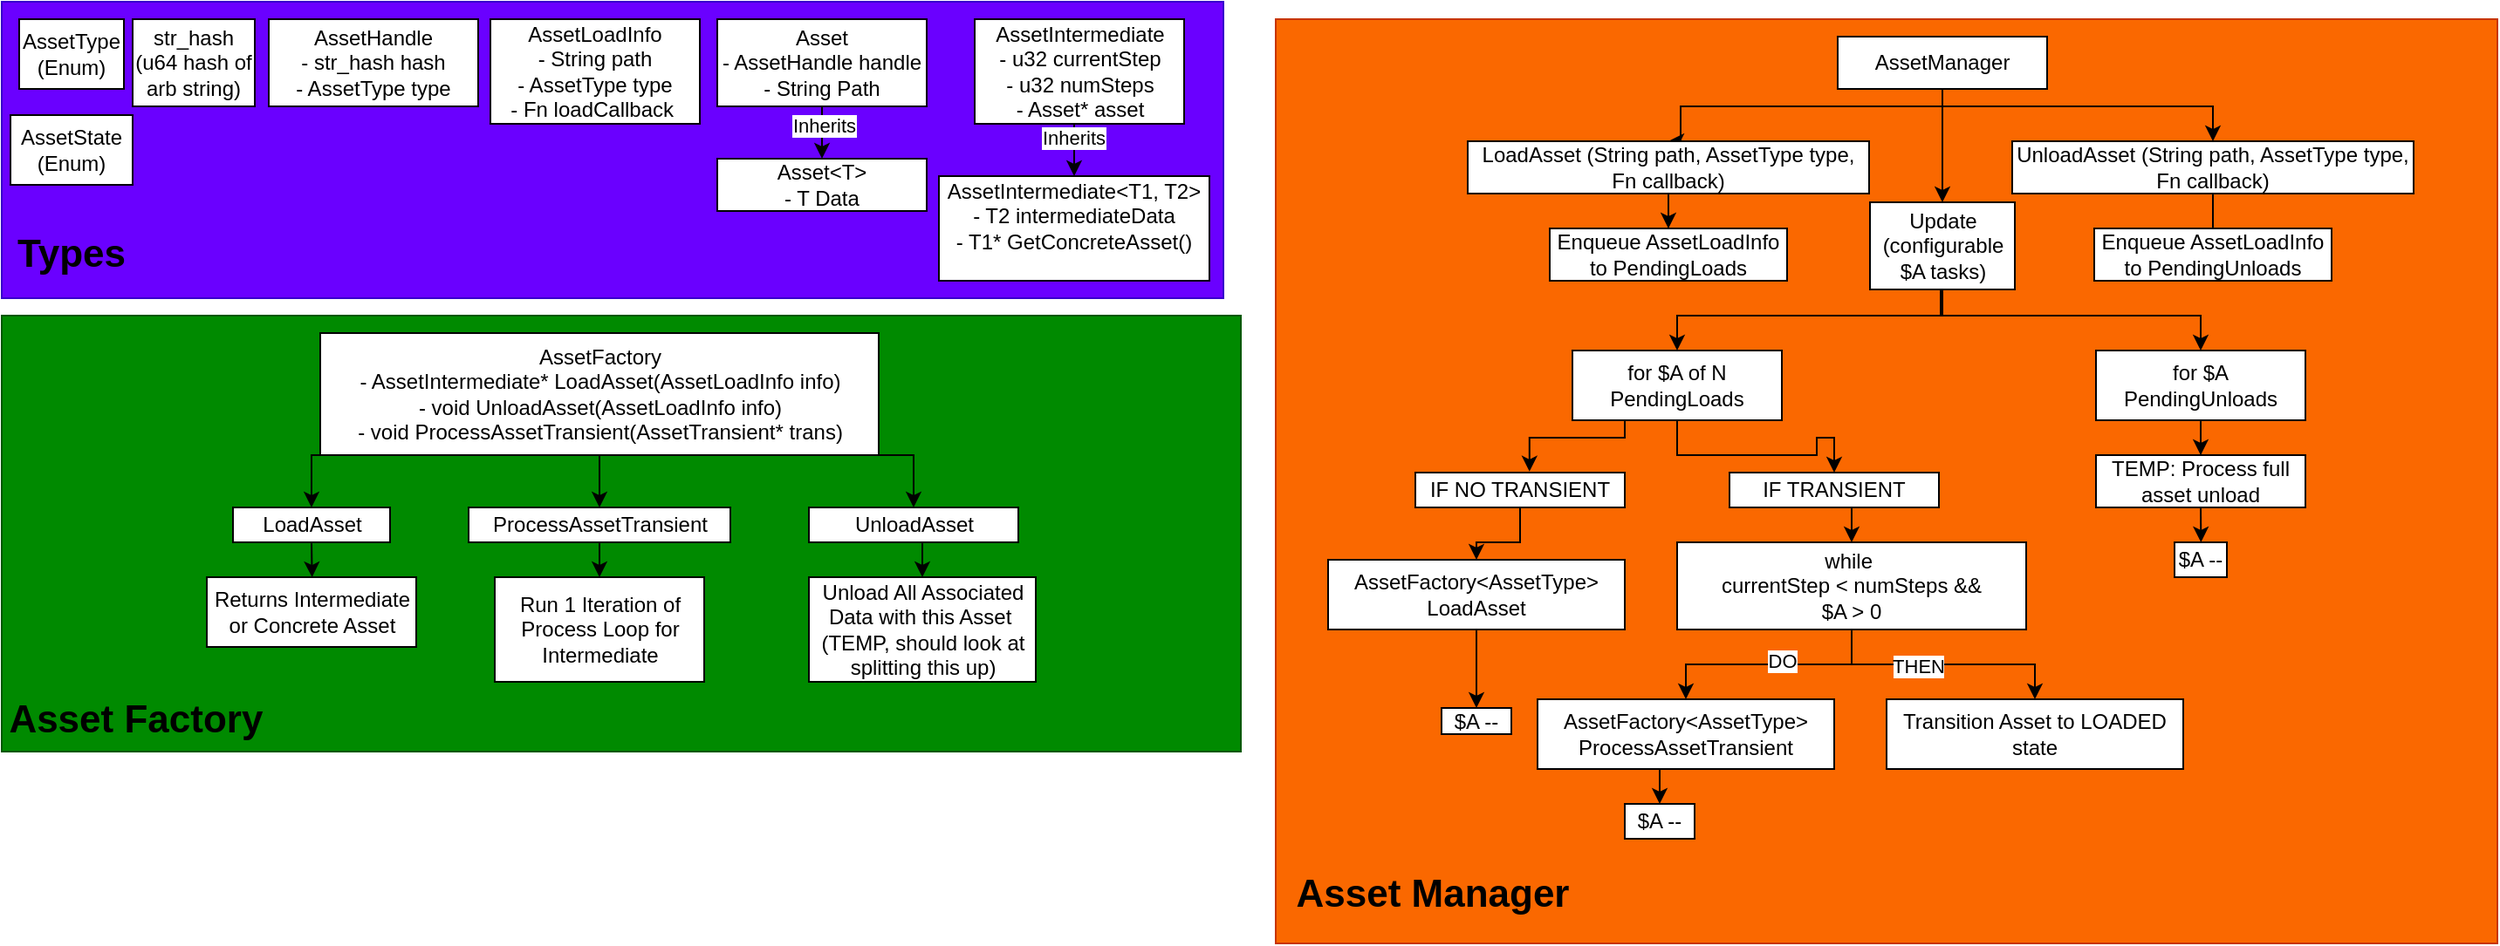
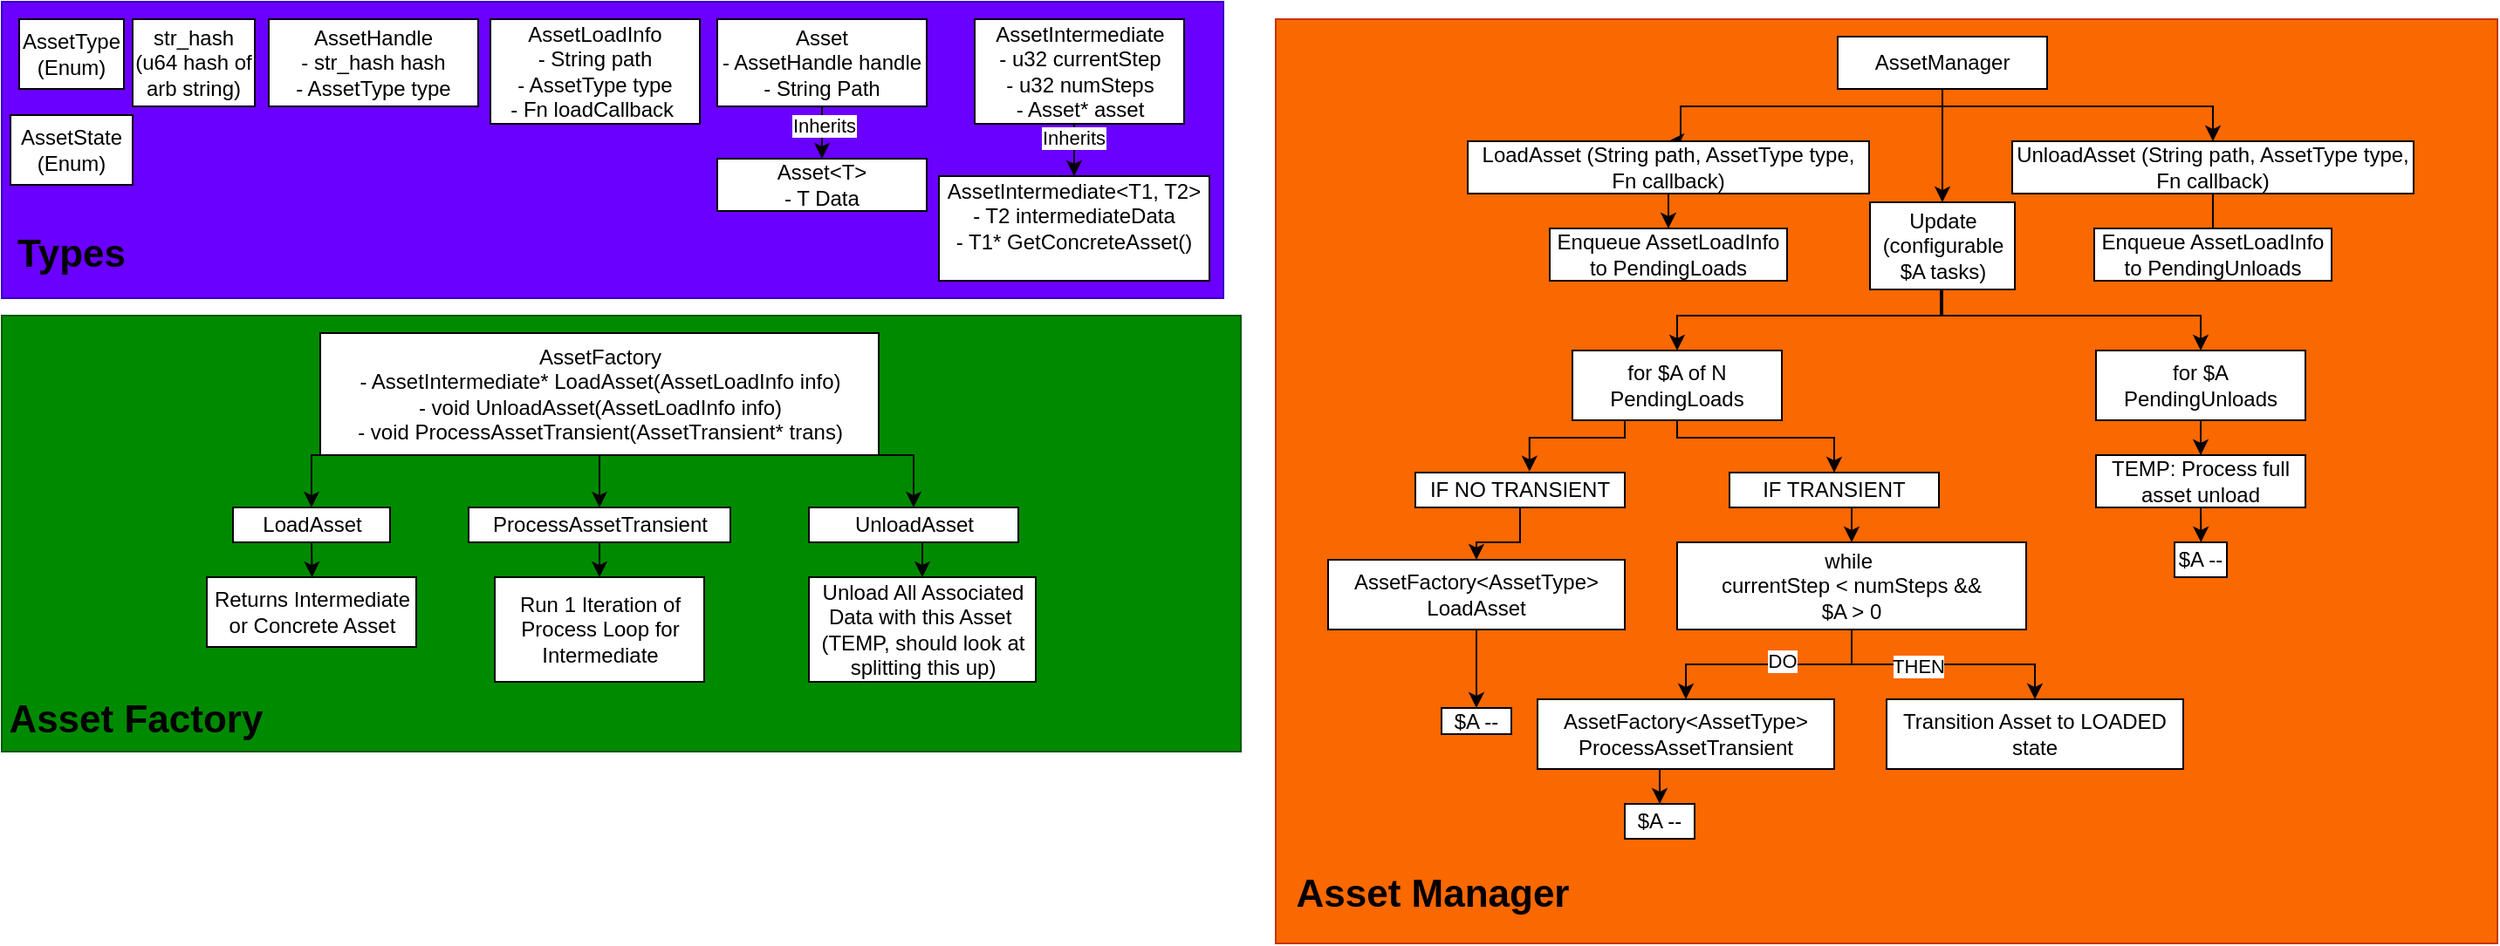
<mxfile host="Electron">
  <diagram name="Page-1" id="FnFWZbE7ZlbQKTp7YN0P">
-     <mxGraphModel dx="2020" dy="1201" grid="1" gridSize="10" guides="1" tooltips="1" connect="1" arrows="1" fold="1" page="1" pageScale="1" pageWidth="1654" pageHeight="2336" math="0" shadow="0">
+     <mxGraphModel dx="515" dy="800" grid="1" gridSize="10" guides="1" tooltips="1" connect="1" arrows="1" fold="1" page="1" pageScale="1" pageWidth="1654" pageHeight="2336" math="0" shadow="0">
      <root>
        <mxCell id="0" />
        <mxCell id="1" parent="0" />
        <mxCell id="wtl3C56WJfreoB9_a5E1-65" parent="1" style="rounded=0;whiteSpace=wrap;html=1;fillColor=#008a00;fontColor=#ffffff;strokeColor=#005700;" value="&lt;mxGraphModel&gt;&lt;root&gt;&lt;mxCell id=&quot;0&quot;/&gt;&lt;mxCell id=&quot;1&quot; parent=&quot;0&quot;/&gt;&lt;mxCell id=&quot;2&quot; parent=&quot;1&quot; style=&quot;rounded=0;whiteSpace=wrap;html=1;fillColor=#008a00;fontColor=#ffffff;strokeColor=#005700;&quot; value=&quot;&amp;lt;span style=&amp;quot;color: rgba(0, 0, 0, 0); font-family: monospace; font-size: 0px; text-align: start; white-space: nowrap;&amp;quot;&amp;gt;%3CmxGraphModel%3E%3Croot%3E%3CmxCell%20id%3D%220%22%2F%3E%3CmxCell%20id%3D%221%22%20parent%3D%220%22%2F%3E%3CmxCell%20id%3D%222%22%20connectable%3D%220%22%20parent%3D%221%22%20style%3D%22group%22%20value%3D%22%22%20vertex%3D%221%22%3E%3CmxGeometry%20height%3D%22254.12%22%20width%3D%22710%22%20x%3D%2210%22%20y%3D%22190%22%20as%3D%22geometry%22%2F%3E%3C%2FmxCell%3E%3CmxCell%20id%3D%223%22%20parent%3D%222%22%20style%3D%22text%3Bhtml%3D1%3BwhiteSpace%3Dwrap%3BstrokeColor%3Dnone%3BfillColor%3Dnone%3Balign%3Dcenter%3BverticalAlign%3Dmiddle%3Brounded%3D0%3B%22%20value%3D%22%26lt%3Bh2%26gt%3B%26lt%3Bfont%20style%3D%26quot%3Bfont-size%3A%2022px%3B%26quot%3B%26gt%3BAsset%20Factory%26amp%3Bnbsp%3B%26lt%3B%2Ffont%26gt%3B%26lt%3B%2Fh2%26gt%3B%22%20vertex%3D%221%22%3E%3CmxGeometry%20height%3D%2244.12%22%20width%3D%22159.86%22%20y%3D%22210%22%20as%3D%22geometry%22%2F%3E%3C%2FmxCell%3E%3C%2Froot%3E%3C%2FmxGraphModel%3E" vertex="1">
          <mxGeometry height="250.00000000000003" width="710" x="10" y="190" as="geometry" />
        </mxCell>
        <mxCell id="wtl3C56WJfreoB9_a5E1-63" connectable="0" parent="1" style="group" value="" vertex="1">
          <mxGeometry height="170" width="700" x="10" y="10" as="geometry" />
        </mxCell>
        <mxCell id="wtl3C56WJfreoB9_a5E1-58" parent="wtl3C56WJfreoB9_a5E1-63" style="rounded=0;whiteSpace=wrap;html=1;fillColor=#6a00ff;fontColor=#ffffff;strokeColor=#3700CC;" value="" vertex="1">
          <mxGeometry height="170" width="700" as="geometry" />
        </mxCell>
        <mxCell id="wtl3C56WJfreoB9_a5E1-59" parent="wtl3C56WJfreoB9_a5E1-63" style="text;html=1;whiteSpace=wrap;strokeColor=none;fillColor=none;align=center;verticalAlign=middle;rounded=0;" value="&lt;h2&gt;&lt;font style=&quot;font-size: 22px;&quot;&gt;Types&lt;/font&gt;&lt;/h2&gt;" vertex="1">
          <mxGeometry height="30" width="60" x="10" y="130" as="geometry" />
        </mxCell>
        <mxCell id="wtl3C56WJfreoB9_a5E1-80" parent="wtl3C56WJfreoB9_a5E1-63" style="rounded=0;whiteSpace=wrap;html=1;" value="AssetState&lt;br&gt;(Enum)" vertex="1">
          <mxGeometry height="40" width="70" x="5" y="65" as="geometry" />
        </mxCell>
        <mxCell id="wtl3C56WJfreoB9_a5E1-60" parent="wtl3C56WJfreoB9_a5E1-63" style="rounded=0;whiteSpace=wrap;html=1;" value="AssetType&lt;br&gt;(Enum)" vertex="1">
          <mxGeometry height="40" width="60" x="10" y="10" as="geometry" />
        </mxCell>
        <mxCell id="CbtUNqUuHTxz3UPBp3nv-5" parent="1" style="rounded=0;whiteSpace=wrap;html=1;" value="AssetHandle&lt;div&gt;- str_hash hash&lt;/div&gt;&lt;div&gt;- AssetType type&lt;/div&gt;" vertex="1">
          <mxGeometry height="50" width="120" x="163" y="20" as="geometry" />
        </mxCell>
        <mxCell id="CbtUNqUuHTxz3UPBp3nv-13" parent="1" style="rounded=0;whiteSpace=wrap;html=1;" value="AssetLoadInfo&lt;div&gt;- String path&lt;/div&gt;&lt;div&gt;- AssetType type&lt;/div&gt;&lt;div&gt;- Fn loadCallback&amp;nbsp;&lt;/div&gt;" vertex="1">
          <mxGeometry height="60" width="120" x="290" y="20" as="geometry" />
        </mxCell>
        <mxCell id="wtl3C56WJfreoB9_a5E1-54" connectable="0" parent="1" style="group" value="" vertex="1">
          <mxGeometry height="140" width="155" x="440" y="20" as="geometry" />
        </mxCell>
        <mxCell id="CbtUNqUuHTxz3UPBp3nv-32" edge="1" parent="wtl3C56WJfreoB9_a5E1-54" source="CbtUNqUuHTxz3UPBp3nv-29" style="edgeStyle=orthogonalEdgeStyle;rounded=0;orthogonalLoop=1;jettySize=auto;html=1;exitX=0.5;exitY=1;exitDx=0;exitDy=0;entryX=0.5;entryY=0;entryDx=0;entryDy=0;" target="CbtUNqUuHTxz3UPBp3nv-31">
          <mxGeometry relative="1" as="geometry" />
        </mxCell>
        <mxCell id="wtl3C56WJfreoB9_a5E1-56" connectable="0" parent="CbtUNqUuHTxz3UPBp3nv-32" style="edgeLabel;html=1;align=center;verticalAlign=middle;resizable=0;points=[];" value="Inherits" vertex="1">
          <mxGeometry relative="1" x="-0.3563" y="-1" as="geometry">
            <mxPoint as="offset" />
          </mxGeometry>
        </mxCell>
        <mxCell id="CbtUNqUuHTxz3UPBp3nv-29" parent="wtl3C56WJfreoB9_a5E1-54" style="rounded=0;whiteSpace=wrap;html=1;" value="AssetIntermediate&lt;div&gt;- u32 currentStep&lt;/div&gt;&lt;div&gt;- u32 numSteps&lt;/div&gt;&lt;div&gt;- Asset* asset&lt;/div&gt;" vertex="1">
          <mxGeometry height="60" width="120" x="127.5" as="geometry" />
        </mxCell>
        <mxCell id="CbtUNqUuHTxz3UPBp3nv-31" parent="wtl3C56WJfreoB9_a5E1-54" style="rounded=0;whiteSpace=wrap;html=1;" value="AssetIntermediate&amp;lt;T1, T2&amp;gt;&lt;div&gt;- T2 intermediateData&lt;/div&gt;&lt;div&gt;- T1* GetConcreteAsset()&lt;/div&gt;&lt;div&gt;&lt;br&gt;&lt;/div&gt;" vertex="1">
          <mxGeometry height="60" width="155" x="107" y="90" as="geometry" />
        </mxCell>
        <mxCell id="CbtUNqUuHTxz3UPBp3nv-30" edge="1" parent="wtl3C56WJfreoB9_a5E1-54" source="CbtUNqUuHTxz3UPBp3nv-29" style="edgeStyle=orthogonalEdgeStyle;rounded=0;orthogonalLoop=1;jettySize=auto;html=1;innerLoopWaypoints=1;exitX=0.5;exitY=1;exitDx=0;exitDy=0;" target="CbtUNqUuHTxz3UPBp3nv-29">
          <mxGeometry relative="1" as="geometry" />
        </mxCell>
        <mxCell id="wtl3C56WJfreoB9_a5E1-55" connectable="0" parent="1" style="group" value="" vertex="1">
          <mxGeometry height="110" width="120" x="330" y="20" as="geometry" />
        </mxCell>
        <mxCell id="CbtUNqUuHTxz3UPBp3nv-24" edge="1" parent="wtl3C56WJfreoB9_a5E1-55" source="CbtUNqUuHTxz3UPBp3nv-21" style="edgeStyle=orthogonalEdgeStyle;rounded=0;orthogonalLoop=1;jettySize=auto;html=1;exitX=0.5;exitY=1;exitDx=0;exitDy=0;entryX=0.5;entryY=0;entryDx=0;entryDy=0;" target="CbtUNqUuHTxz3UPBp3nv-22">
          <mxGeometry relative="1" as="geometry" />
        </mxCell>
        <mxCell id="CbtUNqUuHTxz3UPBp3nv-25" connectable="0" parent="CbtUNqUuHTxz3UPBp3nv-24" style="edgeLabel;html=1;align=center;verticalAlign=middle;resizable=0;points=[];" value="Inherits" vertex="1">
          <mxGeometry relative="1" x="-0.2619" y="1" as="geometry">
            <mxPoint as="offset" />
          </mxGeometry>
        </mxCell>
        <mxCell id="CbtUNqUuHTxz3UPBp3nv-21" parent="wtl3C56WJfreoB9_a5E1-55" style="rounded=0;whiteSpace=wrap;html=1;" value="Asset&lt;div&gt;- AssetHandle handle&lt;/div&gt;&lt;div&gt;- String Path&lt;/div&gt;" vertex="1">
          <mxGeometry height="50" width="120" x="90" as="geometry" />
        </mxCell>
        <mxCell id="CbtUNqUuHTxz3UPBp3nv-22" parent="wtl3C56WJfreoB9_a5E1-55" style="rounded=0;whiteSpace=wrap;html=1;" value="Asset&amp;lt;T&amp;gt;&lt;div&gt;- T Data&lt;/div&gt;" vertex="1">
          <mxGeometry height="30" width="120" x="90" y="80" as="geometry" />
        </mxCell>
        <mxCell id="CbtUNqUuHTxz3UPBp3nv-23" edge="1" parent="wtl3C56WJfreoB9_a5E1-55" source="CbtUNqUuHTxz3UPBp3nv-22" style="edgeStyle=orthogonalEdgeStyle;rounded=0;orthogonalLoop=1;jettySize=auto;html=1;innerLoopWaypoints=1;exitX=0.5;exitY=1;exitDx=0;exitDy=0;" target="CbtUNqUuHTxz3UPBp3nv-22">
          <mxGeometry relative="1" as="geometry" />
        </mxCell>
        <mxCell id="wtl3C56WJfreoB9_a5E1-61" parent="1" style="rounded=0;whiteSpace=wrap;html=1;" value="str_hash&lt;div&gt;(u64 hash of arb string)&lt;/div&gt;" vertex="1">
          <mxGeometry height="50" width="70" x="85" y="20" as="geometry" />
        </mxCell>
        <mxCell id="wtl3C56WJfreoB9_a5E1-68" connectable="0" parent="1" style="group" value="" vertex="1">
          <mxGeometry height="200" width="475" x="127.5" y="200" as="geometry" />
        </mxCell>
        <mxCell id="wtl3C56WJfreoB9_a5E1-10" connectable="0" parent="wtl3C56WJfreoB9_a5E1-68" style="group" value="" vertex="1">
          <mxGeometry height="80" width="120" y="100" as="geometry" />
        </mxCell>
        <mxCell id="wtl3C56WJfreoB9_a5E1-6" edge="1" parent="wtl3C56WJfreoB9_a5E1-10" source="wtl3C56WJfreoB9_a5E1-2" style="edgeStyle=orthogonalEdgeStyle;rounded=0;orthogonalLoop=1;jettySize=auto;html=1;exitX=0.5;exitY=1;exitDx=0;exitDy=0;">
          <mxGeometry relative="1" as="geometry">
            <mxPoint x="60.333333333333485" y="40" as="targetPoint" />
          </mxGeometry>
        </mxCell>
        <mxCell id="wtl3C56WJfreoB9_a5E1-2" parent="wtl3C56WJfreoB9_a5E1-10" style="rounded=0;whiteSpace=wrap;html=1;" value="LoadAsset" vertex="1">
          <mxGeometry height="20" width="90" x="15" as="geometry" />
        </mxCell>
        <mxCell id="wtl3C56WJfreoB9_a5E1-7" parent="wtl3C56WJfreoB9_a5E1-10" style="rounded=0;whiteSpace=wrap;html=1;" value="Returns Intermediate or Concrete Asset" vertex="1">
          <mxGeometry height="40" width="120" y="40" as="geometry" />
        </mxCell>
        <mxCell id="wtl3C56WJfreoB9_a5E1-69" edge="1" parent="wtl3C56WJfreoB9_a5E1-68" source="CbtUNqUuHTxz3UPBp3nv-33" style="edgeStyle=orthogonalEdgeStyle;rounded=0;orthogonalLoop=1;jettySize=auto;html=1;exitX=0.5;exitY=1;exitDx=0;exitDy=0;" target="wtl3C56WJfreoB9_a5E1-12">
          <mxGeometry relative="1" as="geometry" />
        </mxCell>
        <mxCell id="CbtUNqUuHTxz3UPBp3nv-33" parent="wtl3C56WJfreoB9_a5E1-68" style="whiteSpace=wrap;html=1;" value="AssetFactory&lt;div&gt;- AssetIntermediate* LoadAsset(AssetLoadInfo info)&lt;/div&gt;&lt;div&gt;- void UnloadAsset(AssetLoadInfo info)&lt;/div&gt;&lt;div&gt;- void ProcessAssetTransient(AssetTransient* trans)&lt;/div&gt;" vertex="1">
          <mxGeometry height="70" width="320" x="65" as="geometry" />
        </mxCell>
        <mxCell id="wtl3C56WJfreoB9_a5E1-15" connectable="0" parent="wtl3C56WJfreoB9_a5E1-68" style="group" value="" vertex="1">
          <mxGeometry height="100" width="150" x="150" y="100" as="geometry" />
        </mxCell>
        <mxCell id="wtl3C56WJfreoB9_a5E1-12" parent="wtl3C56WJfreoB9_a5E1-15" style="whiteSpace=wrap;html=1;" value="ProcessAssetTransient" vertex="1">
          <mxGeometry height="20" width="150" as="geometry" />
        </mxCell>
        <mxCell id="wtl3C56WJfreoB9_a5E1-13" parent="wtl3C56WJfreoB9_a5E1-15" style="whiteSpace=wrap;html=1;" value="Run 1 Iteration of Process Loop for Intermediate" vertex="1">
          <mxGeometry height="60" width="120" x="15" y="40" as="geometry" />
        </mxCell>
        <mxCell id="wtl3C56WJfreoB9_a5E1-14" edge="1" parent="wtl3C56WJfreoB9_a5E1-15" source="wtl3C56WJfreoB9_a5E1-12" style="edgeStyle=orthogonalEdgeStyle;rounded=0;orthogonalLoop=1;jettySize=auto;html=1;exitX=0.5;exitY=1;exitDx=0;exitDy=0;entryX=0.5;entryY=0;entryDx=0;entryDy=0;" target="wtl3C56WJfreoB9_a5E1-13">
          <mxGeometry relative="1" as="geometry" />
        </mxCell>
        <mxCell id="wtl3C56WJfreoB9_a5E1-17" parent="wtl3C56WJfreoB9_a5E1-68" style="whiteSpace=wrap;html=1;" value="UnloadAsset" vertex="1">
          <mxGeometry height="20" width="120" x="345" y="100" as="geometry" />
        </mxCell>
        <mxCell id="wtl3C56WJfreoB9_a5E1-18" parent="wtl3C56WJfreoB9_a5E1-68" style="whiteSpace=wrap;html=1;" value="Unload All Associated Data with this Asset&amp;nbsp;&lt;div&gt;(TEMP, should look at splitting this up)&lt;/div&gt;" vertex="1">
          <mxGeometry height="60" width="130" x="345" y="140" as="geometry" />
        </mxCell>
        <mxCell id="wtl3C56WJfreoB9_a5E1-4" edge="1" parent="wtl3C56WJfreoB9_a5E1-68" source="CbtUNqUuHTxz3UPBp3nv-33" style="edgeStyle=orthogonalEdgeStyle;rounded=0;orthogonalLoop=1;jettySize=auto;html=1;exitX=0;exitY=1;exitDx=0;exitDy=0;entryX=0.5;entryY=0;entryDx=0;entryDy=0;" target="wtl3C56WJfreoB9_a5E1-2">
          <mxGeometry relative="1" as="geometry" />
        </mxCell>
        <mxCell id="wtl3C56WJfreoB9_a5E1-16" edge="1" parent="wtl3C56WJfreoB9_a5E1-68" source="CbtUNqUuHTxz3UPBp3nv-33" style="edgeStyle=orthogonalEdgeStyle;rounded=0;orthogonalLoop=1;jettySize=auto;html=1;exitX=1;exitY=1;exitDx=0;exitDy=0;entryX=0.5;entryY=0;entryDx=0;entryDy=0;" target="wtl3C56WJfreoB9_a5E1-17">
          <mxGeometry relative="1" as="geometry">
            <mxPoint x="405" y="110" as="targetPoint" />
          </mxGeometry>
        </mxCell>
        <mxCell id="wtl3C56WJfreoB9_a5E1-19" edge="1" parent="wtl3C56WJfreoB9_a5E1-68" source="wtl3C56WJfreoB9_a5E1-17" style="edgeStyle=orthogonalEdgeStyle;rounded=0;orthogonalLoop=1;jettySize=auto;html=1;exitX=0.5;exitY=1;exitDx=0;exitDy=0;entryX=0.5;entryY=0;entryDx=0;entryDy=0;" target="wtl3C56WJfreoB9_a5E1-18">
          <mxGeometry relative="1" as="geometry" />
        </mxCell>
        <mxCell id="wtl3C56WJfreoB9_a5E1-67" connectable="0" parent="1" style="group" value="" vertex="1">
          <mxGeometry height="254.12" width="710" x="10" y="190" as="geometry" />
        </mxCell>
        <mxCell id="wtl3C56WJfreoB9_a5E1-66" parent="wtl3C56WJfreoB9_a5E1-67" style="text;html=1;whiteSpace=wrap;strokeColor=none;fillColor=none;align=center;verticalAlign=middle;rounded=0;" value="&lt;h2&gt;&lt;font style=&quot;font-size: 22px;&quot;&gt;Asset Factory&amp;nbsp;&lt;/font&gt;&lt;/h2&gt;" vertex="1">
          <mxGeometry height="44.12" width="159.86" y="210" as="geometry" />
        </mxCell>
        <mxCell id="wtl3C56WJfreoB9_a5E1-79" connectable="0" parent="1" style="group" value="" vertex="1">
          <mxGeometry height="530" width="700" x="740" y="20" as="geometry" />
        </mxCell>
        <mxCell id="wtl3C56WJfreoB9_a5E1-78" connectable="0" parent="wtl3C56WJfreoB9_a5E1-79" style="group" value="" vertex="1">
          <mxGeometry height="530" width="700" as="geometry" />
        </mxCell>
        <mxCell id="wtl3C56WJfreoB9_a5E1-74" parent="wtl3C56WJfreoB9_a5E1-78" style="rounded=0;whiteSpace=wrap;html=1;fillColor=#fa6800;fontColor=#000000;strokeColor=#C73500;" value="" vertex="1">
          <mxGeometry height="530" width="700" as="geometry" />
        </mxCell>
        <mxCell id="wtl3C56WJfreoB9_a5E1-77" parent="wtl3C56WJfreoB9_a5E1-78" style="text;html=1;whiteSpace=wrap;strokeColor=none;fillColor=none;align=center;verticalAlign=middle;rounded=0;" value="&lt;h2&gt;&lt;font style=&quot;font-size: 22px;&quot;&gt;Asset Manager&lt;/font&gt;&lt;/h2&gt;" vertex="1">
          <mxGeometry height="44.12" width="159.86" x="10.139999999999986" y="480" as="geometry" />
        </mxCell>
        <mxCell id="wtl3C56WJfreoB9_a5E1-76" edge="1" parent="wtl3C56WJfreoB9_a5E1-79" source="wtl3C56WJfreoB9_a5E1-22" style="edgeStyle=orthogonalEdgeStyle;rounded=0;orthogonalLoop=1;jettySize=auto;html=1;exitX=0.5;exitY=1;exitDx=0;exitDy=0;entryX=0.5;entryY=0;entryDx=0;entryDy=0;" target="wtl3C56WJfreoB9_a5E1-27">
-           <mxGeometry relative="1" as="geometry" />
+           <mxGeometry relative="1" as="geometry">
+             <Array as="points">
+               <mxPoint x="230" y="240" />
+               <mxPoint x="320" y="240" />
+             </Array>
+           </mxGeometry>
        </mxCell>
        <mxCell id="wtl3C56WJfreoB9_a5E1-22" parent="wtl3C56WJfreoB9_a5E1-79" style="rounded=0;whiteSpace=wrap;html=1;" value="for $A of N PendingLoads" vertex="1">
          <mxGeometry height="40" width="120" x="170" y="190" as="geometry" />
        </mxCell>
        <mxCell id="wtl3C56WJfreoB9_a5E1-23" edge="1" parent="wtl3C56WJfreoB9_a5E1-79" source="CbtUNqUuHTxz3UPBp3nv-19" style="edgeStyle=orthogonalEdgeStyle;rounded=0;orthogonalLoop=1;jettySize=auto;html=1;" target="wtl3C56WJfreoB9_a5E1-22" value="">
          <mxGeometry relative="1" as="geometry">
            <Array as="points">
              <mxPoint x="381" y="170" />
              <mxPoint x="230" y="170" />
            </Array>
          </mxGeometry>
        </mxCell>
        <mxCell id="wtl3C56WJfreoB9_a5E1-31" edge="1" parent="wtl3C56WJfreoB9_a5E1-79" source="wtl3C56WJfreoB9_a5E1-25" style="edgeStyle=orthogonalEdgeStyle;rounded=0;orthogonalLoop=1;jettySize=auto;html=1;" target="wtl3C56WJfreoB9_a5E1-30" value="">
          <mxGeometry relative="1" as="geometry" />
        </mxCell>
        <mxCell id="wtl3C56WJfreoB9_a5E1-25" parent="wtl3C56WJfreoB9_a5E1-79" style="rounded=0;whiteSpace=wrap;html=1;" value="IF NO TRANSIENT" vertex="1">
          <mxGeometry height="20" width="120" x="80" y="260" as="geometry" />
        </mxCell>
        <mxCell id="wtl3C56WJfreoB9_a5E1-26" edge="1" parent="wtl3C56WJfreoB9_a5E1-79" source="wtl3C56WJfreoB9_a5E1-22" style="edgeStyle=orthogonalEdgeStyle;rounded=0;orthogonalLoop=1;jettySize=auto;html=1;exitX=0.25;exitY=1;exitDx=0;exitDy=0;entryX=0.545;entryY=-0.029;entryDx=0;entryDy=0;entryPerimeter=0;" target="wtl3C56WJfreoB9_a5E1-25">
          <mxGeometry relative="1" as="geometry">
            <Array as="points">
              <mxPoint x="200" y="240" />
              <mxPoint x="145" y="240" />
            </Array>
          </mxGeometry>
        </mxCell>
        <mxCell id="wtl3C56WJfreoB9_a5E1-34" edge="1" parent="wtl3C56WJfreoB9_a5E1-79" source="wtl3C56WJfreoB9_a5E1-27" style="edgeStyle=orthogonalEdgeStyle;rounded=0;orthogonalLoop=1;jettySize=auto;html=1;exitX=0.5;exitY=1;exitDx=0;exitDy=0;entryX=0.5;entryY=0;entryDx=0;entryDy=0;" target="wtl3C56WJfreoB9_a5E1-33">
          <mxGeometry relative="1" as="geometry" />
        </mxCell>
        <mxCell id="wtl3C56WJfreoB9_a5E1-27" parent="wtl3C56WJfreoB9_a5E1-79" style="rounded=0;whiteSpace=wrap;html=1;" value="IF TRANSIENT" vertex="1">
          <mxGeometry height="20" width="120" x="260" y="260" as="geometry" />
        </mxCell>
        <mxCell id="wtl3C56WJfreoB9_a5E1-50" edge="1" parent="wtl3C56WJfreoB9_a5E1-79" source="wtl3C56WJfreoB9_a5E1-30" style="edgeStyle=orthogonalEdgeStyle;rounded=0;orthogonalLoop=1;jettySize=auto;html=1;exitX=0.5;exitY=1;exitDx=0;exitDy=0;" target="wtl3C56WJfreoB9_a5E1-49">
          <mxGeometry relative="1" as="geometry" />
        </mxCell>
        <mxCell id="wtl3C56WJfreoB9_a5E1-30" parent="wtl3C56WJfreoB9_a5E1-79" style="whiteSpace=wrap;html=1;" value="AssetFactory&amp;lt;AssetType&amp;gt;&lt;div&gt;LoadAsset&lt;/div&gt;" vertex="1">
          <mxGeometry height="40" width="170" x="30" y="310" as="geometry" />
        </mxCell>
        <mxCell id="wtl3C56WJfreoB9_a5E1-37" edge="1" parent="wtl3C56WJfreoB9_a5E1-79" source="wtl3C56WJfreoB9_a5E1-33" style="edgeStyle=orthogonalEdgeStyle;rounded=0;orthogonalLoop=1;jettySize=auto;html=1;exitX=0.5;exitY=1;exitDx=0;exitDy=0;entryX=0.5;entryY=0;entryDx=0;entryDy=0;" target="wtl3C56WJfreoB9_a5E1-35">
          <mxGeometry relative="1" as="geometry" />
        </mxCell>
        <mxCell id="wtl3C56WJfreoB9_a5E1-38" connectable="0" parent="wtl3C56WJfreoB9_a5E1-37" style="edgeLabel;html=1;align=center;verticalAlign=middle;resizable=0;points=[];" value="DO" vertex="1">
          <mxGeometry relative="1" x="-0.1031" y="-2" as="geometry">
            <mxPoint as="offset" />
          </mxGeometry>
        </mxCell>
        <mxCell id="wtl3C56WJfreoB9_a5E1-40" edge="1" parent="wtl3C56WJfreoB9_a5E1-79" source="wtl3C56WJfreoB9_a5E1-33" style="edgeStyle=orthogonalEdgeStyle;rounded=0;orthogonalLoop=1;jettySize=auto;html=1;exitX=0.5;exitY=1;exitDx=0;exitDy=0;entryX=0.5;entryY=0;entryDx=0;entryDy=0;" target="wtl3C56WJfreoB9_a5E1-39">
          <mxGeometry relative="1" as="geometry" />
        </mxCell>
        <mxCell id="wtl3C56WJfreoB9_a5E1-41" connectable="0" parent="wtl3C56WJfreoB9_a5E1-40" style="edgeLabel;html=1;align=center;verticalAlign=middle;resizable=0;points=[];" value="THEN" vertex="1">
          <mxGeometry relative="1" x="-0.2084" y="-1" as="geometry">
            <mxPoint as="offset" />
          </mxGeometry>
        </mxCell>
        <mxCell id="wtl3C56WJfreoB9_a5E1-33" parent="wtl3C56WJfreoB9_a5E1-79" style="whiteSpace=wrap;html=1;" value="while&amp;nbsp;&lt;br&gt;currentStep &amp;lt; numSteps &amp;amp;&amp;amp;&lt;br&gt;&lt;div&gt;&lt;span style=&quot;background-color: transparent; color: light-dark(rgb(0, 0, 0), rgb(255, 255, 255));&quot;&gt;$A &amp;gt; 0&lt;/span&gt;&lt;/div&gt;" vertex="1">
          <mxGeometry height="50" width="200" x="230" y="300" as="geometry" />
        </mxCell>
        <mxCell id="wtl3C56WJfreoB9_a5E1-47" edge="1" parent="wtl3C56WJfreoB9_a5E1-79" source="wtl3C56WJfreoB9_a5E1-35" style="edgeStyle=orthogonalEdgeStyle;rounded=0;orthogonalLoop=1;jettySize=auto;html=1;exitX=0.5;exitY=1;exitDx=0;exitDy=0;entryX=0.5;entryY=0;entryDx=0;entryDy=0;" target="wtl3C56WJfreoB9_a5E1-46">
          <mxGeometry relative="1" as="geometry" />
        </mxCell>
        <mxCell id="wtl3C56WJfreoB9_a5E1-35" parent="wtl3C56WJfreoB9_a5E1-79" style="whiteSpace=wrap;html=1;" value="AssetFactory&amp;lt;AssetType&amp;gt;&lt;div&gt;ProcessAssetTransient&lt;/div&gt;" vertex="1">
          <mxGeometry height="40" width="170" x="150" y="390" as="geometry" />
        </mxCell>
        <mxCell id="wtl3C56WJfreoB9_a5E1-39" parent="wtl3C56WJfreoB9_a5E1-79" style="whiteSpace=wrap;html=1;" value="Transition Asset to LOADED state" vertex="1">
          <mxGeometry height="40" width="170" x="350" y="390" as="geometry" />
        </mxCell>
        <mxCell id="wtl3C56WJfreoB9_a5E1-45" edge="1" parent="wtl3C56WJfreoB9_a5E1-79" source="wtl3C56WJfreoB9_a5E1-42" style="edgeStyle=orthogonalEdgeStyle;rounded=0;orthogonalLoop=1;jettySize=auto;html=1;" target="wtl3C56WJfreoB9_a5E1-44" value="">
          <mxGeometry relative="1" as="geometry" />
        </mxCell>
        <mxCell id="wtl3C56WJfreoB9_a5E1-42" parent="wtl3C56WJfreoB9_a5E1-79" style="rounded=0;whiteSpace=wrap;html=1;" value="for $A&lt;div&gt;PendingUnloads&lt;/div&gt;" vertex="1">
          <mxGeometry height="40" width="120" x="470" y="190" as="geometry" />
        </mxCell>
        <mxCell id="wtl3C56WJfreoB9_a5E1-52" edge="1" parent="wtl3C56WJfreoB9_a5E1-79" source="wtl3C56WJfreoB9_a5E1-44" style="edgeStyle=orthogonalEdgeStyle;rounded=0;orthogonalLoop=1;jettySize=auto;html=1;exitX=0.5;exitY=1;exitDx=0;exitDy=0;">
          <mxGeometry relative="1" as="geometry">
            <mxPoint x="530.1724137931037" y="300" as="targetPoint" />
          </mxGeometry>
        </mxCell>
        <mxCell id="wtl3C56WJfreoB9_a5E1-44" parent="wtl3C56WJfreoB9_a5E1-79" style="whiteSpace=wrap;html=1;rounded=0;" value="TEMP: Process full asset unload" vertex="1">
          <mxGeometry height="30" width="120" x="470" y="250" as="geometry" />
        </mxCell>
        <mxCell id="wtl3C56WJfreoB9_a5E1-46" parent="wtl3C56WJfreoB9_a5E1-79" style="whiteSpace=wrap;html=1;" value="$A --" vertex="1">
          <mxGeometry height="20" width="40" x="200" y="450" as="geometry" />
        </mxCell>
        <mxCell id="wtl3C56WJfreoB9_a5E1-49" parent="wtl3C56WJfreoB9_a5E1-79" style="whiteSpace=wrap;html=1;" value="$A --" vertex="1">
          <mxGeometry height="15" width="40" x="95" y="395" as="geometry" />
        </mxCell>
        <mxCell id="CbtUNqUuHTxz3UPBp3nv-9" edge="1" parent="wtl3C56WJfreoB9_a5E1-79" source="CbtUNqUuHTxz3UPBp3nv-6" style="edgeStyle=orthogonalEdgeStyle;rounded=0;orthogonalLoop=1;jettySize=auto;html=1;exitX=0.5;exitY=1;exitDx=0;exitDy=0;entryX=0.5;entryY=0;entryDx=0;entryDy=0;" target="CbtUNqUuHTxz3UPBp3nv-8">
          <mxGeometry relative="1" as="geometry">
            <Array as="points">
              <mxPoint x="382" y="50" />
              <mxPoint x="232" y="50" />
              <mxPoint x="232" y="70" />
            </Array>
          </mxGeometry>
        </mxCell>
        <mxCell id="CbtUNqUuHTxz3UPBp3nv-17" edge="1" parent="wtl3C56WJfreoB9_a5E1-79" source="CbtUNqUuHTxz3UPBp3nv-6" style="edgeStyle=orthogonalEdgeStyle;rounded=0;orthogonalLoop=1;jettySize=auto;html=1;exitX=0.5;exitY=1;exitDx=0;exitDy=0;entryX=0.5;entryY=0;entryDx=0;entryDy=0;" target="CbtUNqUuHTxz3UPBp3nv-15">
          <mxGeometry relative="1" as="geometry">
            <Array as="points">
              <mxPoint x="382" y="50" />
              <mxPoint x="537" y="50" />
            </Array>
          </mxGeometry>
        </mxCell>
        <mxCell id="CbtUNqUuHTxz3UPBp3nv-20" edge="1" parent="wtl3C56WJfreoB9_a5E1-79" source="CbtUNqUuHTxz3UPBp3nv-6" style="edgeStyle=orthogonalEdgeStyle;rounded=0;orthogonalLoop=1;jettySize=auto;html=1;entryX=0.5;entryY=0;entryDx=0;entryDy=0;" target="CbtUNqUuHTxz3UPBp3nv-19">
          <mxGeometry relative="1" as="geometry" />
        </mxCell>
        <mxCell id="CbtUNqUuHTxz3UPBp3nv-6" parent="wtl3C56WJfreoB9_a5E1-79" style="rounded=0;whiteSpace=wrap;html=1;" value="AssetManager" vertex="1">
          <mxGeometry height="30" width="120" x="322" y="10" as="geometry" />
        </mxCell>
        <mxCell id="CbtUNqUuHTxz3UPBp3nv-8" parent="wtl3C56WJfreoB9_a5E1-79" style="rounded=0;whiteSpace=wrap;html=1;" value="LoadAsset (String path, AssetType type, Fn callback)" vertex="1">
          <mxGeometry height="30" width="230" x="110" y="70" as="geometry" />
        </mxCell>
        <mxCell id="CbtUNqUuHTxz3UPBp3nv-14" edge="1" parent="wtl3C56WJfreoB9_a5E1-79" source="CbtUNqUuHTxz3UPBp3nv-15" style="edgeStyle=orthogonalEdgeStyle;rounded=0;orthogonalLoop=1;jettySize=auto;html=1;">
          <mxGeometry relative="1" as="geometry">
            <mxPoint x="537" y="150" as="targetPoint" />
          </mxGeometry>
        </mxCell>
        <mxCell id="CbtUNqUuHTxz3UPBp3nv-15" parent="wtl3C56WJfreoB9_a5E1-79" style="rounded=0;whiteSpace=wrap;html=1;" value="UnloadAsset (String path, AssetType type, Fn callback)" vertex="1">
          <mxGeometry height="30" width="230" x="422" y="70" as="geometry" />
        </mxCell>
        <mxCell id="CbtUNqUuHTxz3UPBp3nv-16" parent="wtl3C56WJfreoB9_a5E1-79" style="rounded=0;whiteSpace=wrap;html=1;" value="Enqueue AssetLoadInfo&lt;br&gt;to PendingUnloads" vertex="1">
          <mxGeometry height="30" width="136" x="469" y="120" as="geometry" />
        </mxCell>
        <mxCell id="CbtUNqUuHTxz3UPBp3nv-18" edge="1" parent="wtl3C56WJfreoB9_a5E1-79" source="CbtUNqUuHTxz3UPBp3nv-8" style="edgeStyle=orthogonalEdgeStyle;rounded=0;orthogonalLoop=1;jettySize=auto;html=1;" target="CbtUNqUuHTxz3UPBp3nv-12" value="">
          <mxGeometry relative="1" as="geometry">
            <mxPoint x="225" y="110" as="sourcePoint" />
            <mxPoint x="225" y="150" as="targetPoint" />
          </mxGeometry>
        </mxCell>
        <mxCell id="CbtUNqUuHTxz3UPBp3nv-12" parent="wtl3C56WJfreoB9_a5E1-79" style="rounded=0;whiteSpace=wrap;html=1;" value="Enqueue AssetLoadInfo to PendingLoads" vertex="1">
          <mxGeometry height="30" width="136" x="157" y="120" as="geometry" />
        </mxCell>
        <mxCell id="wtl3C56WJfreoB9_a5E1-51" edge="1" parent="wtl3C56WJfreoB9_a5E1-79" source="CbtUNqUuHTxz3UPBp3nv-19" style="edgeStyle=orthogonalEdgeStyle;rounded=0;orthogonalLoop=1;jettySize=auto;html=1;exitX=0.5;exitY=1;exitDx=0;exitDy=0;" target="wtl3C56WJfreoB9_a5E1-42">
          <mxGeometry relative="1" as="geometry">
            <Array as="points">
              <mxPoint x="382" y="170" />
              <mxPoint x="530" y="170" />
            </Array>
          </mxGeometry>
        </mxCell>
        <mxCell id="CbtUNqUuHTxz3UPBp3nv-19" parent="wtl3C56WJfreoB9_a5E1-79" style="rounded=0;whiteSpace=wrap;html=1;" value="Update (configurable $A tasks)" vertex="1">
          <mxGeometry height="50" width="83" x="340.5" y="105" as="geometry" />
        </mxCell>
        <mxCell id="wtl3C56WJfreoB9_a5E1-53" parent="wtl3C56WJfreoB9_a5E1-79" style="whiteSpace=wrap;html=1;" value="$A --" vertex="1">
          <mxGeometry height="20" width="30" x="515" y="300" as="geometry" />
        </mxCell>
      </root>
    </mxGraphModel>
  </diagram>
</mxfile>
